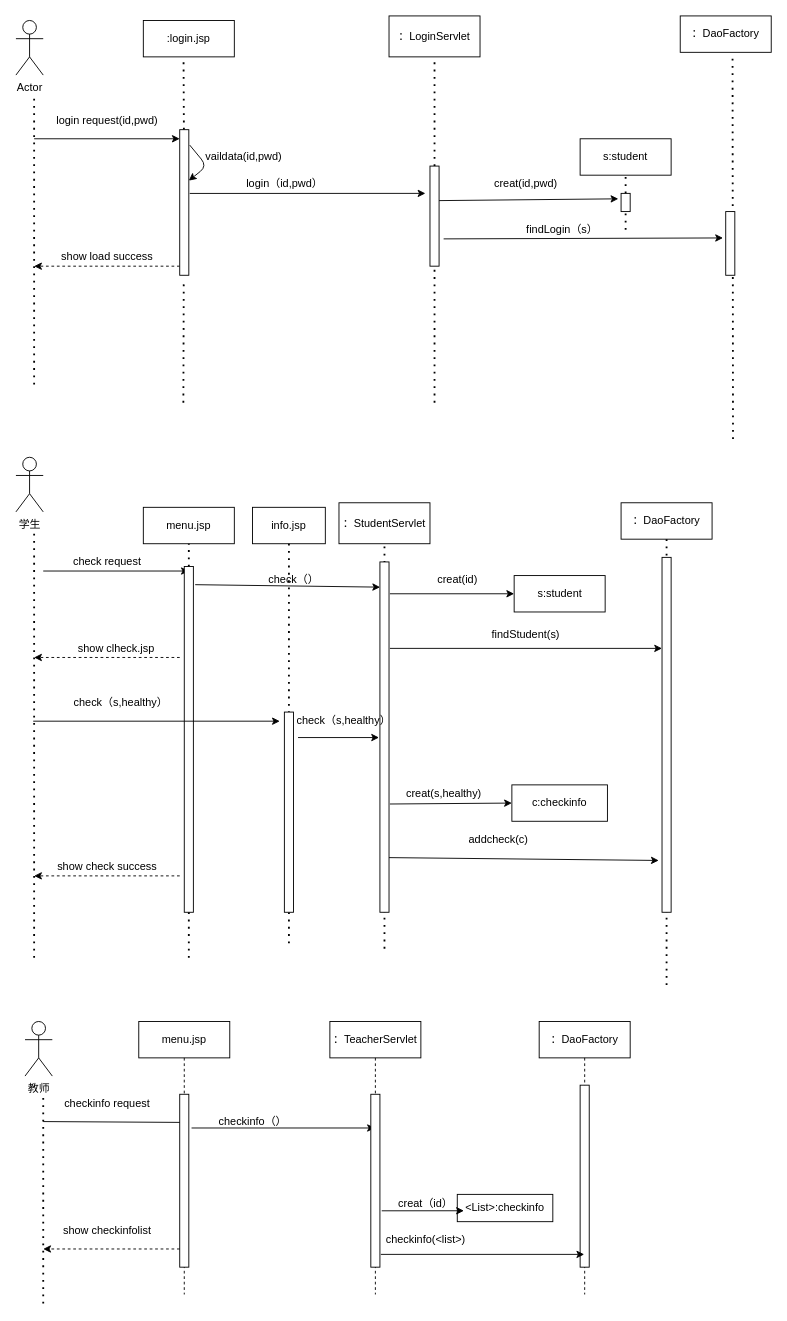
Earlier version of the draw.io diagram 顺序图.drawio (a26680533/idcardgenerator). Source tidied: cells renumbered, new cells numbered last; positions are measured from the earlier drawing's top-left corner, leaving out a move shared by most shapes. Both pictures are drawn from the tidied source at 91%, with x=0, y=0 at pixel (15, 15).
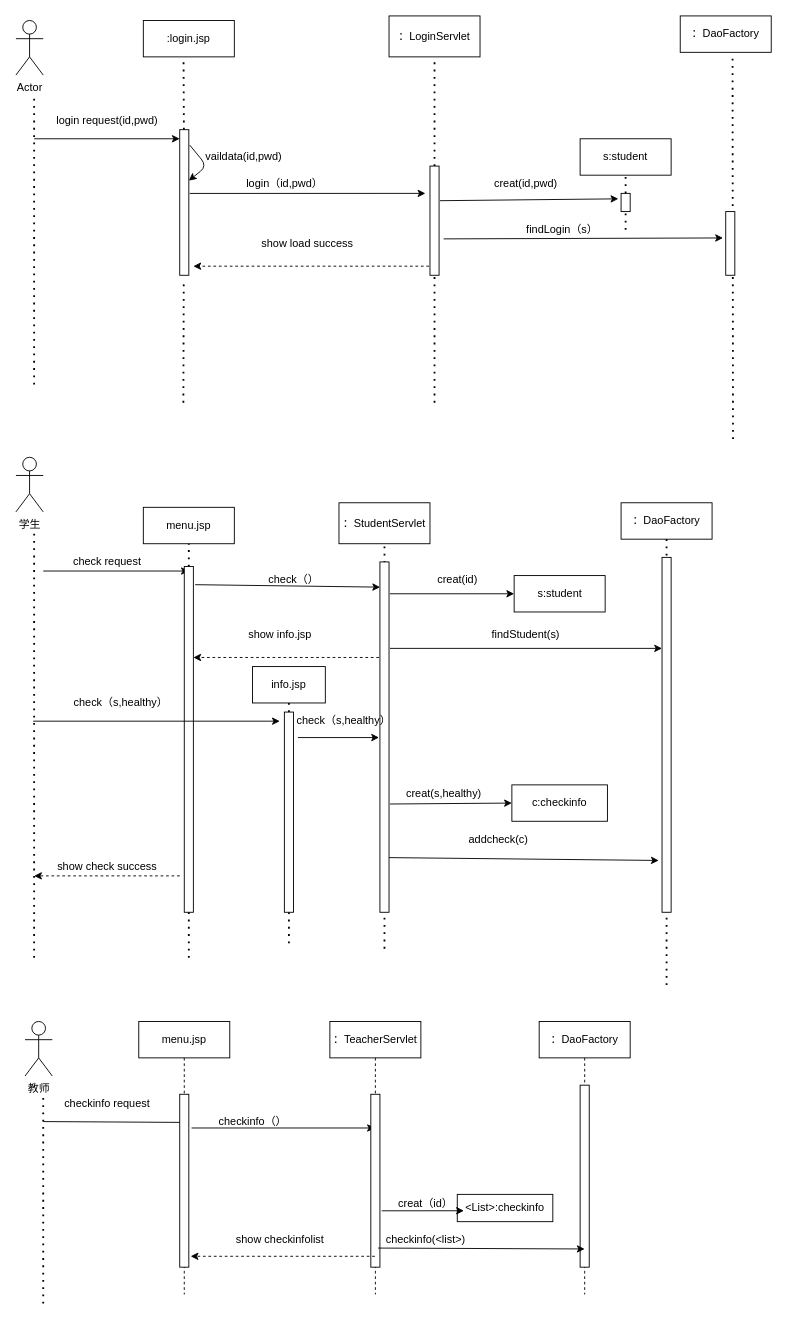
The same page after the edit.

Commit message:
更新顺序图.drawio

The change refers to these unchanged cells:
```xml
<mxCell id="68" value="：TeacherServlet" style="shape=umlLifeline;perimeter=lifelinePerimeter;whiteSpace=wrap;html=1;outlineConnect=0;" parent="1" vertex="1">
  <mxGeometry x="345" y="1105" width="100" height="300" as="geometry" />
</mxCell>
<mxCell id="69" value="：DaoFactory" style="shape=umlLifeline;perimeter=lifelinePerimeter;whiteSpace=wrap;html=1;outlineConnect=0;" parent="1" vertex="1">
  <mxGeometry x="575" y="1105" width="100" height="300" as="geometry" />
</mxCell>
<mxCell id="72" style="rounded=0;whiteSpace=wrap;html=1;" parent="1" vertex="1">
  <mxGeometry x="180" y="1185" width="10" height="190" as="geometry" />
</mxCell>
<mxCell id="75" style="rounded=0;whiteSpace=wrap;html=1;" parent="1" vertex="1">
  <mxGeometry x="390" y="1185" width="10" height="190" as="geometry" />
</mxCell>
<mxCell id="81" value="checkinfo(&amp;lt;list&amp;gt;)" style="text;html=1;align=center;verticalAlign=middle;points=[];" parent="1" vertex="1">
  <mxGeometry x="400" y="1335" width="100" height="20" as="geometry" />
</mxCell>
```

What changed in the source:
```diff
@@
-    <mxCell id="13" style="endArrow=classic;html=1;exitX=0.9;exitY=0.345;exitDx=0;exitDy=0;exitPerimeter=0;entryX=0.2;entryY=0.178;entryDx=0;entryDy=0;entryPerimeter=0;" parent="1" edge="1" source="23">
+    <mxCell id="13" style="endArrow=classic;html=1;exitX=1.1;exitY=0.317;exitDx=0;exitDy=0;exitPerimeter=0;entryX=0.2;entryY=0.178;entryDx=0;entryDy=0;entryPerimeter=0;" parent="1" edge="1" source="23">
       <mxGeometry relative="1" as="geometry">
         <mxPoint x="662" y="201" as="targetPoint" />
       </mxGeometry>
     </mxCell>
@@
     <mxCell id="15" style="endArrow=classic;html=1;dashed=1;" parent="1" edge="1">
       <mxGeometry relative="1" as="geometry">
-        <mxPoint x="180" y="275" as="sourcePoint" />
-        <mxPoint x="20" y="275" as="targetPoint" />
+        <mxPoint x="460" y="275" as="sourcePoint" />
+        <mxPoint x="195" y="275" as="targetPoint" />
       </mxGeometry>
     </mxCell>
     <mxCell id="16" value="show load success" style="text;html=1;align=center;verticalAlign=middle;" parent="1" vertex="1">
-      <mxGeometry x="40" y="255" width="120" height="20" as="geometry" />
+      <mxGeometry x="260" y="240" width="120" height="20" as="geometry" />
     </mxCell>
@@
     <mxCell id="19" style="endArrow=classic;html=1;dashed=1;" parent="1" edge="1">
       <mxGeometry relative="1" as="geometry">
-        <mxPoint x="180" y="705" as="sourcePoint" />
-        <mxPoint x="20" y="705" as="targetPoint" />
+        <mxPoint x="405" y="705" as="sourcePoint" />
+        <mxPoint x="195" y="705" as="targetPoint" />
       </mxGeometry>
     </mxCell>
-    <mxCell id="20" value="show clheck.jsp" style="text;html=1;align=center;verticalAlign=middle;" parent="1" vertex="1">
-      <mxGeometry x="60" y="685" width="100" height="20" as="geometry" />
+    <mxCell id="20" value="show info.jsp" style="text;html=1;align=center;verticalAlign=middle;" parent="1" vertex="1">
+      <mxGeometry x="250" y="670" width="80" height="20" as="geometry" />
     </mxCell>
@@
     <mxCell id="23" style="rounded=0;whiteSpace=wrap;html=1;" parent="1" vertex="1">
-      <mxGeometry x="455" y="165" width="10" height="110" as="geometry" />
+      <mxGeometry x="455" y="165" width="10" height="120" as="geometry" />
     </mxCell>
@@
-    <mxCell id="80" style="endArrow=classic;html=1;exitX=1.1;exitY=0.926;exitDx=0;exitDy=0;exitPerimeter=0;" parent="1" edge="1" source="75" target="69">
-      <mxGeometry relative="1" as="geometry" />
+    <mxCell id="80" style="endArrow=classic;html=1;exitX=-0.02;exitY=0.95;exitDx=0;exitDy=0;exitPerimeter=0;" parent="1" edge="1" source="81">
+      <mxGeometry relative="1" as="geometry">
+        <mxPoint x="625" y="1355" as="targetPoint" />
+      </mxGeometry>
     </mxCell>
@@
-    <mxCell id="82" style="endArrow=classic;html=1;dashed=1;" parent="1" edge="1">
-      <mxGeometry relative="1" as="geometry">
-        <mxPoint x="180" y="1355" as="sourcePoint" />
-        <mxPoint x="30" y="1355" as="targetPoint" />
-      </mxGeometry>
+    <mxCell id="82" style="endArrow=classic;html=1;dashed=1;entryX=1.2;entryY=0.937;entryDx=0;entryDy=0;entryPerimeter=0;" parent="1" edge="1" source="68" target="72">
+      <mxGeometry relative="1" as="geometry" />
     </mxCell>
     <mxCell id="83" value="show checkinfolist" style="text;html=1;align=center;verticalAlign=middle;" parent="1" vertex="1">
-      <mxGeometry x="45" y="1325" width="110" height="20" as="geometry" />
+      <mxGeometry x="235" y="1335" width="110" height="20" as="geometry" />
     </mxCell>
     <mxCell id="84" value="info.jsp" style="rounded=0;whiteSpace=wrap;html=1;" parent="1" vertex="1">
-      <mxGeometry x="260" y="540" width="80" height="40" as="geometry" />
+      <mxGeometry x="260" y="715" width="80" height="40" as="geometry" />
     </mxCell>
```
